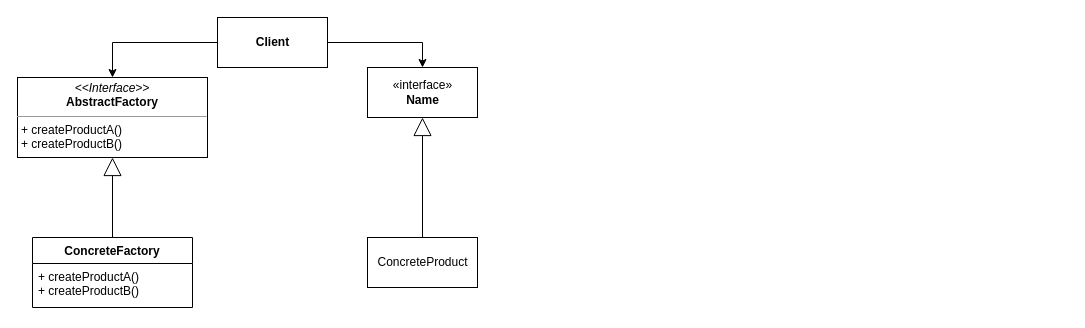
Above: page "Abstract Factory" (1 of 5) of patterns/creational.drawio in antariuz/uml (draw.io), before the change. Source tidied: cells renumbered, new cells numbered last; positions are measured from the earlier drawing's top-left corner, leaving out a move shared by most shapes. Both pictures are drawn from the tidied source at 100%, with x=0, y=0 at pixel (17, 17).
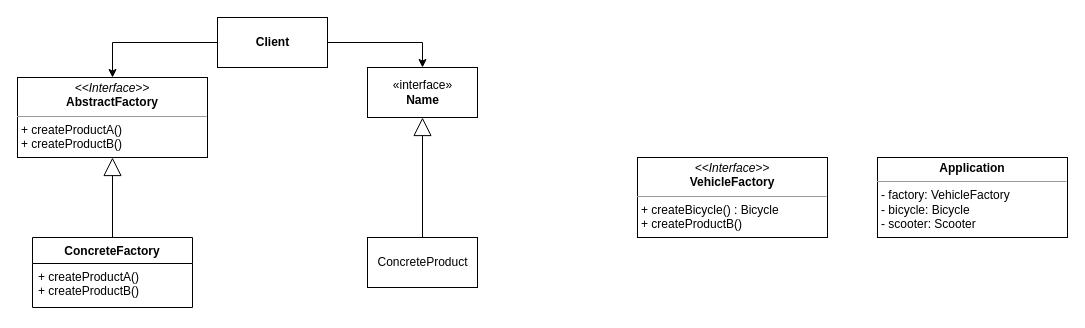
After the change.

What changed in the source:
```diff
@@
 <mxGraphModel>
   <root>
     <mxCell id="0" />
     <mxCell id="1" parent="0" />
     <mxCell id="2" style="edgeStyle=orthogonalEdgeStyle;rounded=0;jettySize=auto;html=1;exitX=0;exitY=0.5;exitDx=0;exitDy=0;entryX=0.5;entryY=0;entryDx=0;entryDy=0;" parent="1" edge="1" source="4" target="9">
       <mxGeometry relative="1" as="geometry" />
     </mxCell>
     <mxCell id="3" style="edgeStyle=orthogonalEdgeStyle;rounded=0;jettySize=auto;html=1;exitX=1;exitY=0.5;exitDx=0;exitDy=0;entryX=0.5;entryY=0;entryDx=0;entryDy=0;" parent="1" edge="1" source="4" target="5">
       <mxGeometry relative="1" as="geometry" />
     </mxCell>
     <mxCell id="4" value="&lt;b&gt;Client&lt;/b&gt;" style="html=1;" parent="1" vertex="1">
       <mxGeometry x="200" width="110" height="50" as="geometry" />
     </mxCell>
     <mxCell id="5" value="&amp;laquo;interface&amp;raquo;&lt;br&gt;&lt;b&gt;Name&lt;/b&gt;" style="html=1;" parent="1" vertex="1">
       <mxGeometry x="350" y="50" width="110" height="50" as="geometry" />
     </mxCell>
     <mxCell id="6" style="endArrow=block;endSize=16;endFill=0;html=1;exitX=0.5;exitY=0;exitDx=0;exitDy=0;entryX=0.5;entryY=1;entryDx=0;entryDy=0;" parent="1" edge="1" source="7" target="9">
       <mxGeometry relative="1" as="geometry" />
     </mxCell>
     <mxCell id="7" value="ConcreteFactory" style="swimlane;fontStyle=1;align=center;verticalAlign=top;horizontal=1;startSize=26;" parent="1" vertex="1">
       <mxGeometry x="15" y="220" width="160" height="70" as="geometry" />
     </mxCell>
     <mxCell id="8" value="+ createProductA()&#10;+ createProductB()" style="text;strokeColor=none;fillColor=none;align=left;verticalAlign=top;spacingLeft=4;spacingRight=4;overflow=hidden;" parent="7" vertex="1">
       <mxGeometry y="26" width="160" height="44" as="geometry" />
     </mxCell>
     <mxCell id="9" value="&lt;p style=&quot;margin: 0px ; margin-top: 4px ; text-align: center&quot;&gt;&lt;i&gt;&amp;lt;&amp;lt;Interface&amp;gt;&amp;gt;&lt;/i&gt;&lt;br&gt;&lt;b&gt;AbstractFactory&lt;/b&gt;&lt;/p&gt;&lt;hr size=&quot;1&quot;&gt;&lt;p style=&quot;margin: 0px ; margin-left: 4px&quot;&gt;+ createProductA()&lt;br&gt;+ createProductB()&lt;br&gt;&lt;/p&gt;" style="verticalAlign=top;align=left;overflow=fill;fontSize=12;fontFamily=Helvetica;html=1;" parent="1" vertex="1">
       <mxGeometry y="60" width="190" height="80" as="geometry" />
     </mxCell>
     <mxCell id="10" value="ConcreteProduct" style="html=1;" parent="1" vertex="1">
       <mxGeometry x="350" y="220" width="110" height="50" as="geometry" />
     </mxCell>
     <mxCell id="11" style="endArrow=block;endSize=16;endFill=0;html=1;exitX=0.5;exitY=0;exitDx=0;exitDy=0;entryX=0.5;entryY=1;entryDx=0;entryDy=0;" parent="1" edge="1" source="10" target="5">
       <mxGeometry relative="1" as="geometry" />
     </mxCell>
+    <mxCell id="12" value="&lt;p style=&quot;margin: 0px ; margin-top: 4px ; text-align: center&quot;&gt;&lt;b&gt;Application&lt;/b&gt;&lt;/p&gt;&lt;hr size=&quot;1&quot;&gt;&lt;p style=&quot;margin: 0px ; margin-left: 4px&quot;&gt;- factory: VehicleFactory&lt;br&gt;- bicycle: Bicycle&lt;br&gt;&lt;/p&gt;&lt;p style=&quot;margin: 0px ; margin-left: 4px&quot;&gt;- scooter: Scooter&lt;/p&gt;" style="verticalAlign=top;align=left;overflow=fill;fontSize=12;fontFamily=Helvetica;html=1;" parent="1" vertex="1">
+      <mxGeometry x="860" y="140" width="190" height="80" as="geometry" />
+    </mxCell>
+    <mxCell id="13" value="&lt;p style=&quot;margin: 0px ; margin-top: 4px ; text-align: center&quot;&gt;&lt;i&gt;&amp;lt;&amp;lt;Interface&amp;gt;&amp;gt;&lt;/i&gt;&lt;br&gt;&lt;span style=&quot;text-align: left&quot;&gt;&lt;b&gt;VehicleFactory&lt;/b&gt;&lt;/span&gt;&lt;br&gt;&lt;/p&gt;&lt;hr size=&quot;1&quot;&gt;&lt;p style=&quot;margin: 0px ; margin-left: 4px&quot;&gt;+ createBicycle() : Bicycle&lt;br&gt;+ createProductB()&lt;br&gt;&lt;/p&gt;" style="verticalAlign=top;align=left;overflow=fill;fontSize=12;fontFamily=Helvetica;html=1;" parent="1" vertex="1">
+      <mxGeometry x="620" y="140" width="190" height="80" as="geometry" />
+    </mxCell>
   </root>
 </mxGraphModel>
```
